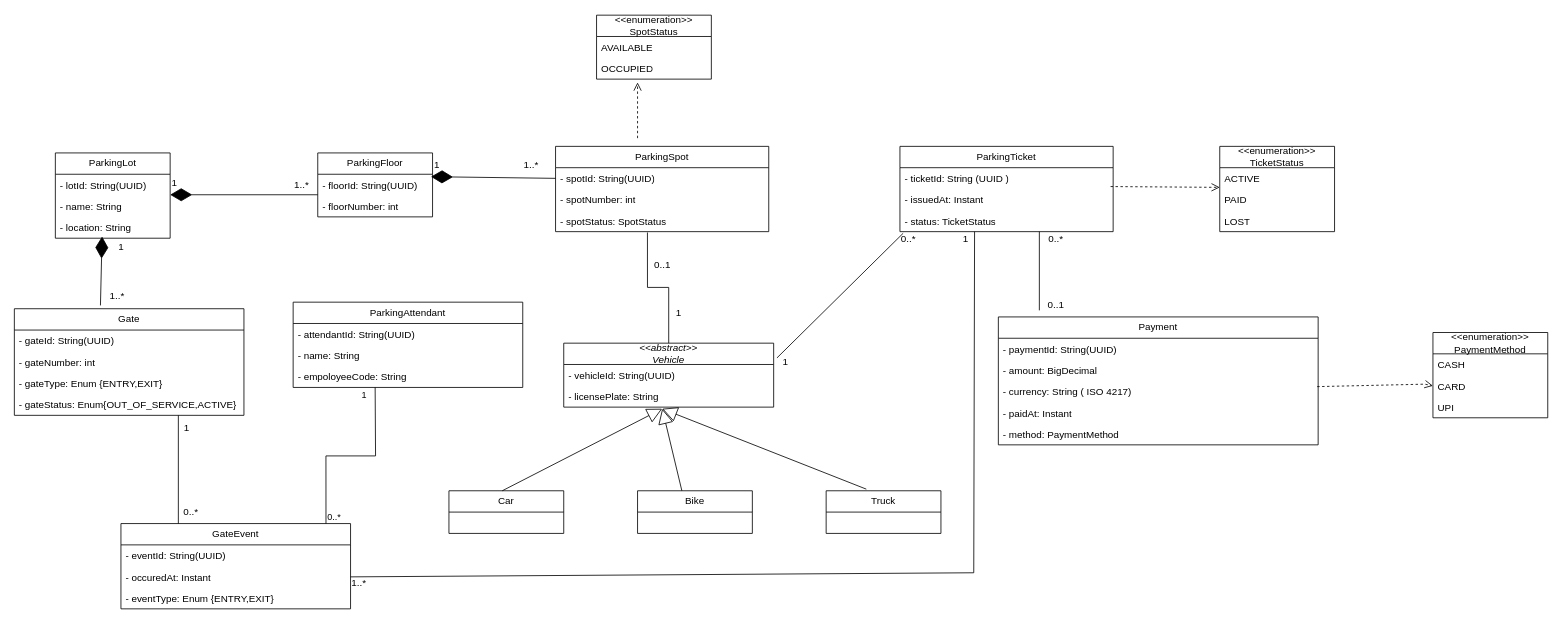
prakashbtech87/aaaaaaaaaaaPrakashDrawIORepo keeps this draw.io diagram as page "ParkingLot" (7 of 7) of UML Diagram/Practice.drawio. Above is the earlier version. Source tidied: cells renumbered, new cells numbered last; positions are measured from the earlier drawing's top-left corner, leaving out a move shared by most shapes. Both pictures are drawn from the tidied source at 82%, with x=0, y=0 at pixel (14, 15).
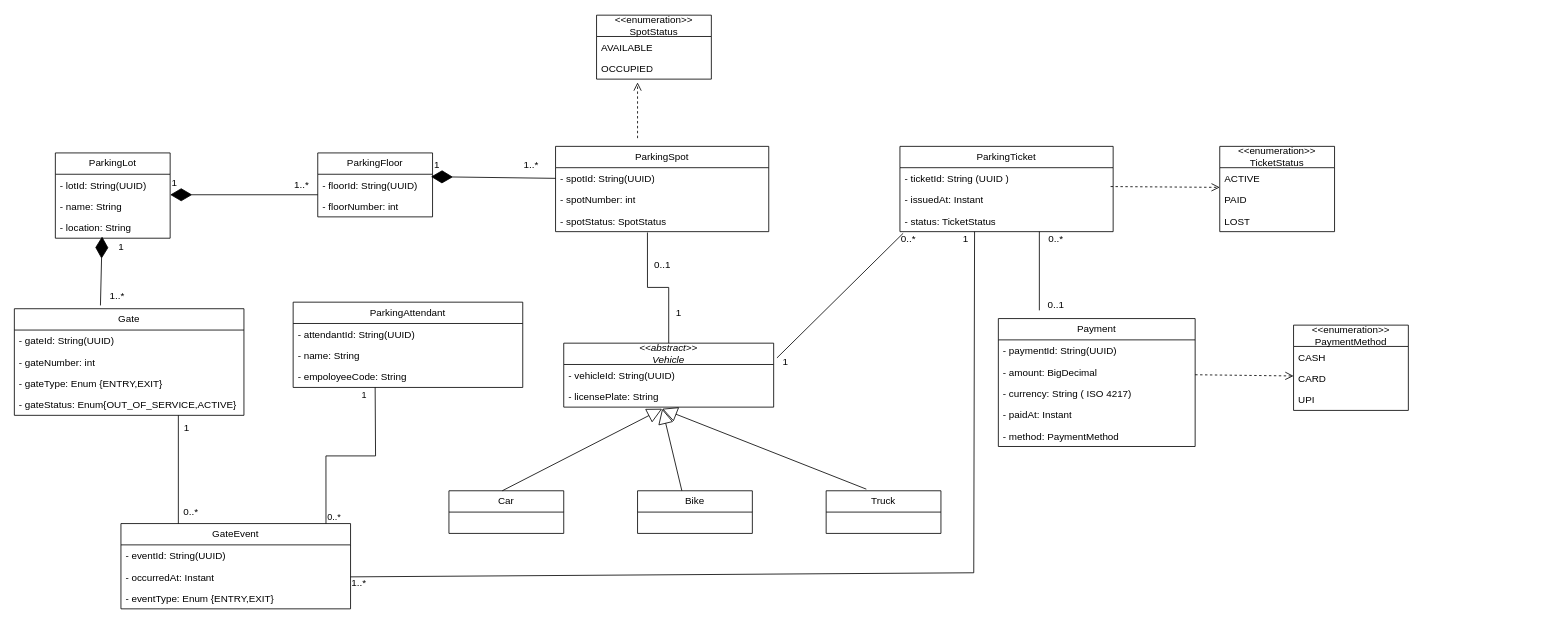
Above is the later version.

Unchanged cells that the change refers to:
```xml
<mxCell id="70" value="GateEvent" style="swimlane;fontStyle=0;horizontal=1;startSize=26;fillColor=none;whiteSpace=wrap;html=1;" parent="1" vertex="1">
  <mxGeometry x="130" y="620" width="280" height="104" as="geometry" />
</mxCell>
```

Change to the diagram source:
```diff
@@
     <mxCell id="40" value="Payment" style="swimlane;fontStyle=0;horizontal=1;startSize=26;fillColor=none;whiteSpace=wrap;html=1;" parent="1" vertex="1">
-      <mxGeometry x="1200" y="368" width="390" height="156" as="geometry" />
+      <mxGeometry x="1200" y="370" width="240" height="156" as="geometry" />
     </mxCell>
     <mxCell id="41" value="- paymentId: String(UUID)" style="text;strokeColor=none;fillColor=none;align=left;verticalAlign=top;spacingLeft=4;spacingRight=4;overflow=hidden;whiteSpace=wrap;html=1;" parent="40" vertex="1">
-      <mxGeometry y="26" width="390" height="26" as="geometry" />
+      <mxGeometry y="26" width="240" height="26" as="geometry" />
     </mxCell>
     <mxCell id="42" value="- amount: BigDecimal" style="text;strokeColor=none;fillColor=none;align=left;verticalAlign=top;spacingLeft=4;spacingRight=4;overflow=hidden;whiteSpace=wrap;html=1;" parent="40" vertex="1">
-      <mxGeometry y="52" width="390" height="26" as="geometry" />
+      <mxGeometry y="52" width="240" height="26" as="geometry" />
     </mxCell>
     <mxCell id="43" value="- currency: String ( ISO 4217)" style="text;strokeColor=none;fillColor=none;align=left;verticalAlign=top;spacingLeft=4;spacingRight=4;overflow=hidden;points=[[0,0.5],[1,0.5]];portConstraint=eastwest;whiteSpace=wrap;html=1;" parent="40" vertex="1">
-      <mxGeometry y="78" width="390" height="26" as="geometry" />
+      <mxGeometry y="78" width="240" height="26" as="geometry" />
     </mxCell>
     <mxCell id="44" value="- paidAt: Instant" style="text;strokeColor=none;fillColor=none;align=left;verticalAlign=top;spacingLeft=4;spacingRight=4;overflow=hidden;whiteSpace=wrap;html=1;" parent="40" vertex="1">
-      <mxGeometry y="104" width="390" height="26" as="geometry" />
+      <mxGeometry y="104" width="240" height="26" as="geometry" />
     </mxCell>
     <mxCell id="45" value="- method: PaymentMethod" style="text;strokeColor=none;fillColor=none;align=left;verticalAlign=top;spacingLeft=4;spacingRight=4;overflow=hidden;whiteSpace=wrap;html=1;" parent="40" vertex="1">
-      <mxGeometry y="130" width="390" height="26" as="geometry" />
+      <mxGeometry y="130" width="240" height="26" as="geometry" />
     </mxCell>
     <mxCell id="46" value="&amp;lt;&amp;lt;enumeration&amp;gt;&amp;gt;&lt;div&gt;PaymentMethod&lt;/div&gt;" style="swimlane;fontStyle=0;horizontal=1;startSize=26;fillColor=none;whiteSpace=wrap;html=1;" parent="1" vertex="1">
-      <mxGeometry x="1730" y="387" width="140" height="104" as="geometry" />
+      <mxGeometry x="1560" y="378" width="140" height="104" as="geometry" />
     </mxCell>
@@
-    <mxCell id="50" style="html=1;verticalAlign=bottom;endArrow=open;dashed=1;endSize=8;curved=0;rounded=0;exitX=0.997;exitY=0.269;exitDx=0;exitDy=0;exitPerimeter=0;" parent="1" edge="1" source="43">
-      <mxGeometry relative="1" as="geometry">
-        <mxPoint x="1730" y="452" as="targetPoint" />
-        <Array as="points">
-          <mxPoint x="1720" y="450" />
-        </Array>
-      </mxGeometry>
-    </mxCell>
@@
-    <mxCell id="72" value="- occuredAt: Instant" style="text;strokeColor=none;fillColor=none;align=left;verticalAlign=top;spacingLeft=4;spacingRight=4;overflow=hidden;points=[[0,0.5],[1,0.5]];portConstraint=eastwest;whiteSpace=wrap;html=1;" parent="70" vertex="1">
+    <mxCell id="72" value="- occurredAt: Instant" style="text;strokeColor=none;fillColor=none;align=left;verticalAlign=top;spacingLeft=4;spacingRight=4;overflow=hidden;points=[[0,0.5],[1,0.5]];portConstraint=eastwest;whiteSpace=wrap;html=1;" parent="70" vertex="1">
       <mxGeometry y="52" width="280" height="26" as="geometry" />
     </mxCell>
@@
+    <mxCell id="86" style="html=1;verticalAlign=bottom;endArrow=open;dashed=1;endSize=8;curved=0;rounded=0;exitX=0.988;exitY=0.885;exitDx=0;exitDy=0;exitPerimeter=0;" parent="1" edge="1">
+      <mxGeometry relative="1" as="geometry">
+        <mxPoint x="1440" y="438.5" as="sourcePoint" />
+        <mxPoint x="1560" y="440" as="targetPoint" />
+      </mxGeometry>
+    </mxCell>
```
